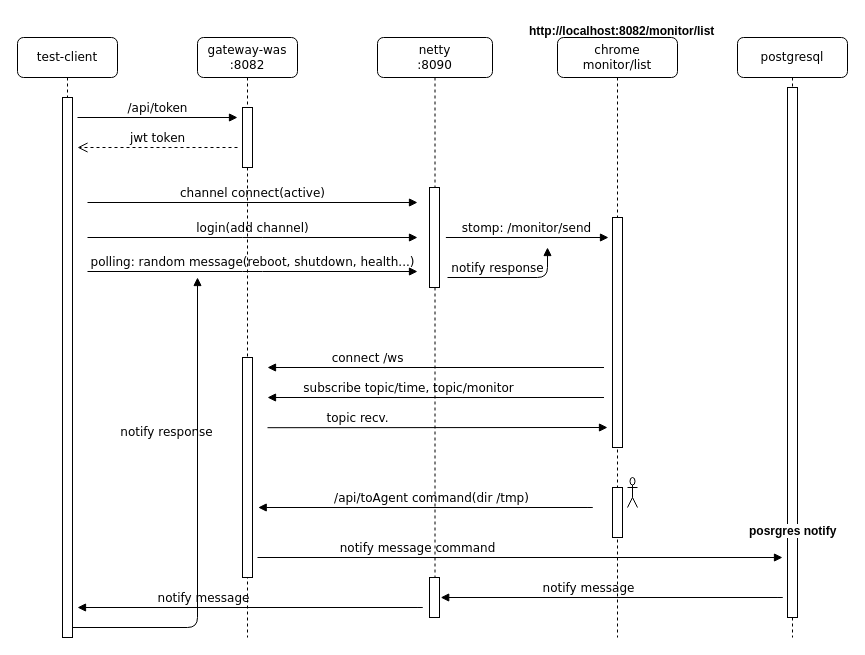
Earlier version of the draw.io diagram doc/workflow.drawio (giljabi/tomcat-ws-netty). Source tidied: cells renumbered, new cells numbered last; positions are measured from the earlier drawing's top-left corner, leaving out a move shared by most shapes. Both pictures are drawn from the tidied source at 100%, with x=0, y=0 at pixel (17, 17).
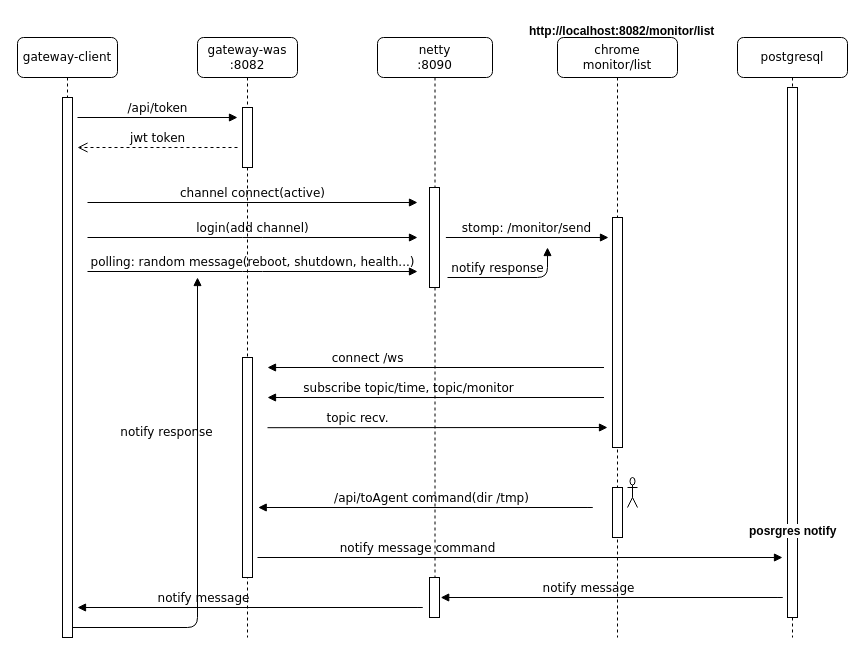
The same page after the edit.

Diff of the diagram source:
```diff
@@
-    <mxCell id="24" value="test-client" style="shape=umlLifeline;perimeter=lifelinePerimeter;whiteSpace=wrap;html=1;rounded=1;shadow=0;comic=0;labelBackgroundColor=none;strokeWidth=1;fontFamily=Verdana;fontSize=12;align=center;" parent="1" vertex="1">
+    <mxCell id="24" value="gateway-client" style="shape=umlLifeline;perimeter=lifelinePerimeter;whiteSpace=wrap;html=1;rounded=1;shadow=0;comic=0;labelBackgroundColor=none;strokeWidth=1;fontFamily=Verdana;fontSize=12;align=center;" parent="1" vertex="1">
       <mxGeometry y="20" width="100" height="600" as="geometry" />
     </mxCell>
```
